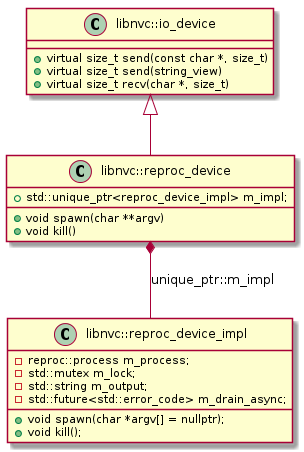
tricktux/rnvim keeps this PlantUML diagram as docs/libnvc_arch.png. Above is the earlier version. The source it was exported from:
```plantuml
@startuml

class libnvc::io_device {
	+virtual size_t send(const char *, size_t)
	+virtual size_t send(string_view)
	+virtual size_t recv(char *, size_t)
}

class libnvc::reproc_device {
	+std::unique_ptr<reproc_device_impl> m_impl;

	+void spawn(char **argv)
	+void kill()
}

class libnvc::reproc_device_impl {
	-reproc::process m_process;
	-std::mutex m_lock;
	-std::string m_output;
	-std::future<std::error_code> m_drain_async;

	+void spawn(char *argv[] = nullptr);
	+void kill();
}

libnvc::io_device <|-- libnvc::reproc_device
libnvc::reproc_device *-- libnvc::reproc_device_impl : unique_ptr::m_impl

@enduml
```
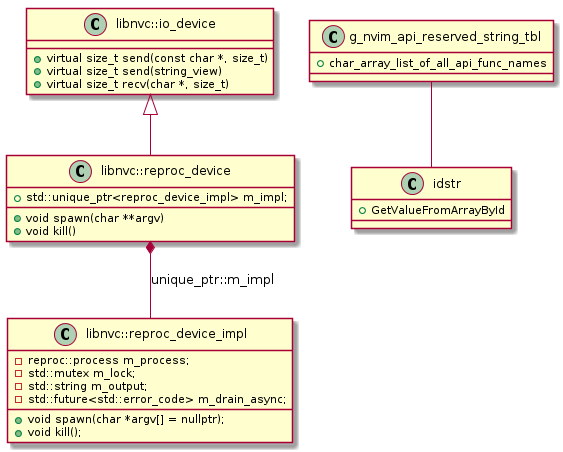
After the change.

What changed in the source:
```diff
@@ -23,6 +23,16 @@
 	+void kill();
 }
 
+class g_nvim_api_reserved_string_tbl {
+	+char_array_list_of_all_api_func_names
+}
+
+class idstr {
+	+GetValueFromArrayById
+}
+
+g_nvim_api_reserved_string_tbl -- idstr
+
 libnvc::io_device <|-- libnvc::reproc_device
 libnvc::reproc_device *-- libnvc::reproc_device_impl : unique_ptr::m_impl
 
```
